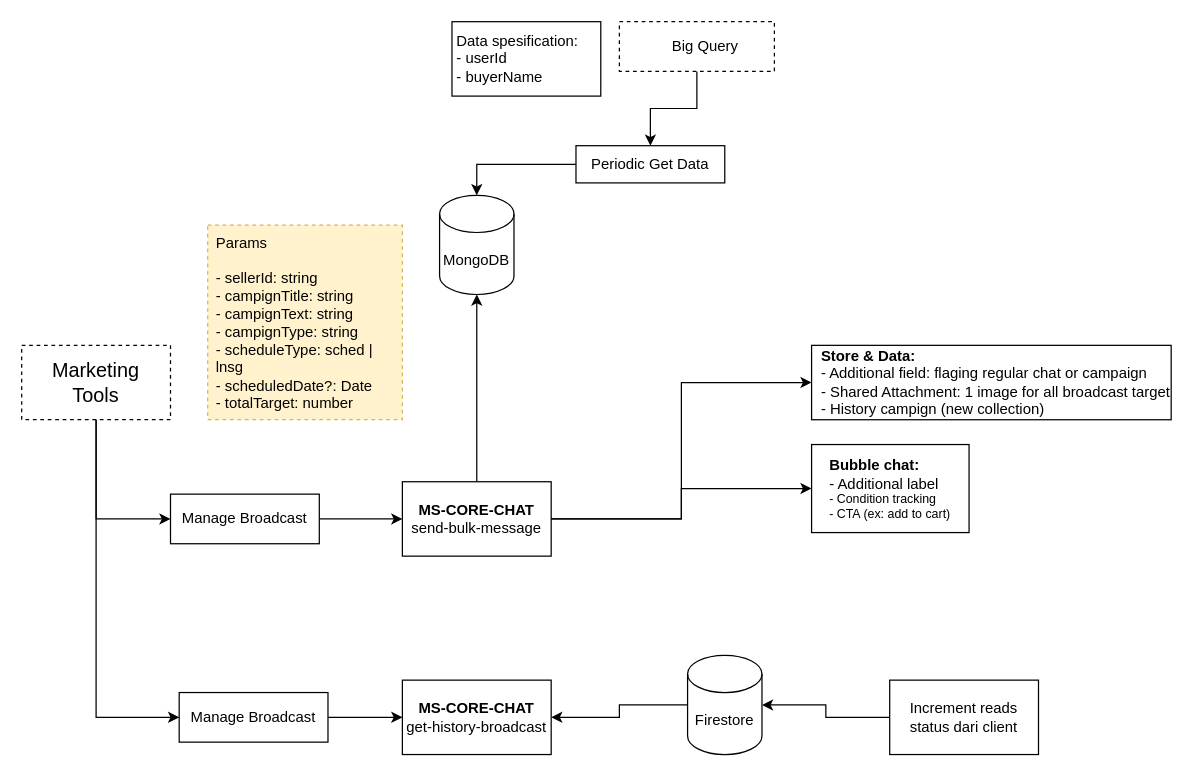
yogiprsetya/app.diagrams.net keeps this draw.io diagram as page "Chat for Campign" (6 of 8) of System Design Padi Chat.drawio. Above is the earlier version. Source tidied: cells renumbered, new cells numbered last; positions are measured from the earlier drawing's top-left corner, leaving out a move shared by most shapes. Both pictures are drawn from the tidied source at 124%, with x=0, y=0 at pixel (21, 21).
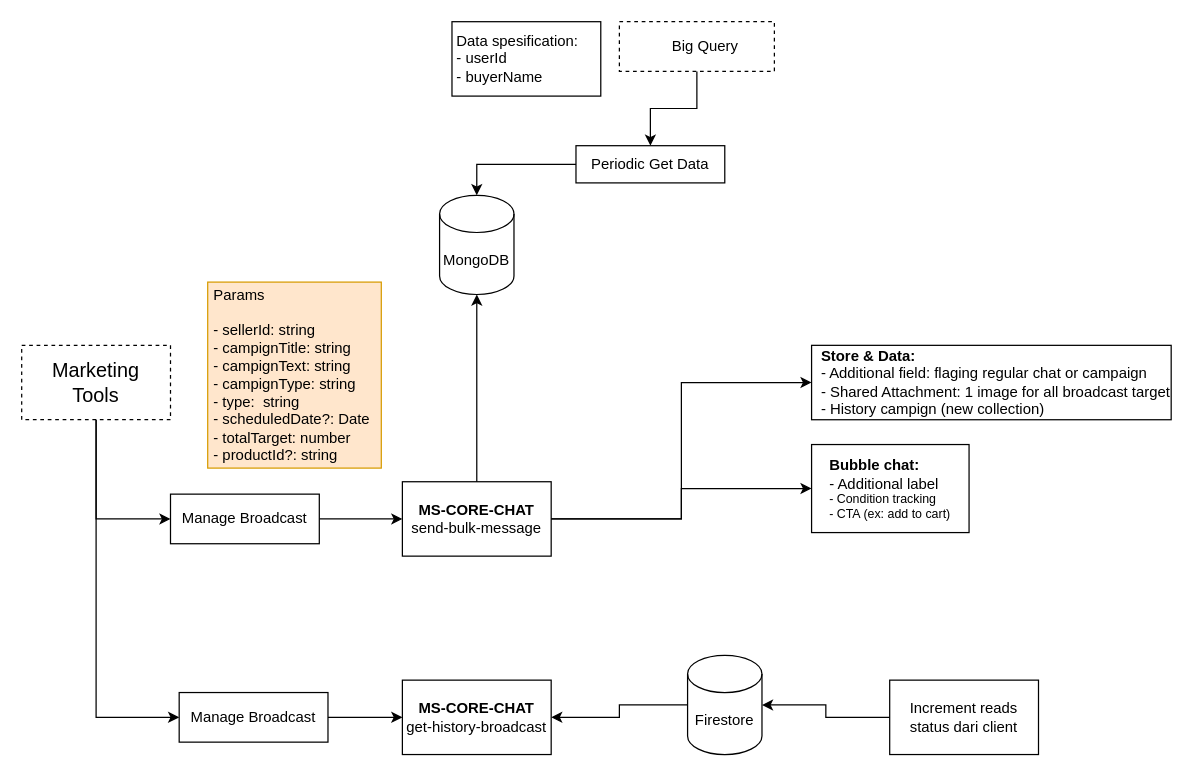
The same diagram, later.

Change to the diagram source:
```diff
@@
-    <mxCell id="13" value="&lt;div align=&quot;left&quot;&gt;Params&lt;/div&gt;&lt;div&gt;&lt;br&gt;&lt;/div&gt;&lt;div&gt;- sellerId: string&lt;/div&gt;&lt;div&gt;- campignTitle: string&lt;br&gt;&lt;/div&gt;&lt;div&gt;- campignText: string&lt;/div&gt;&lt;div&gt;- campignType: string&lt;br&gt;&lt;/div&gt;&lt;div&gt;- scheduleType: sched | lnsg&lt;/div&gt;&lt;div&gt;- scheduledDate?: Date&lt;/div&gt;&lt;div&gt;- totalTarget: number&lt;/div&gt;" style="whiteSpace=wrap;html=1;align=left;spacingTop=0;spacingLeft=5;dashed=1;fillColor=#fff2cc;strokeColor=#d6b656;" parent="1" vertex="1">
-      <mxGeometry x="150" y="164" width="157" height="157" as="geometry" />
-    </mxCell>
@@
+    <mxCell id="30" value="&lt;div&gt;Params&lt;/div&gt;&lt;div&gt;&lt;br&gt;&lt;/div&gt;&lt;div&gt;- sellerId: string&lt;/div&gt;&lt;div&gt;- campignTitle: string&lt;br&gt;&lt;/div&gt;&lt;div&gt;- campignText: string&lt;/div&gt;&lt;div&gt;- campignType: string&lt;br&gt;&lt;/div&gt;&lt;div&gt;- type:&amp;nbsp; string&lt;br&gt;&lt;/div&gt;&lt;div&gt;- scheduledDate?: Date&lt;/div&gt;&lt;div&gt;- totalTarget: number&lt;/div&gt;&lt;div&gt;- productId?: string&lt;br&gt;&lt;/div&gt;" style="rounded=0;whiteSpace=wrap;html=1;align=left;spacingLeft=3;fillColor=#ffe6cc;strokeColor=#d79b00;" parent="1" vertex="1">
+      <mxGeometry x="150" y="210" width="140" height="150" as="geometry" />
+    </mxCell>
```
